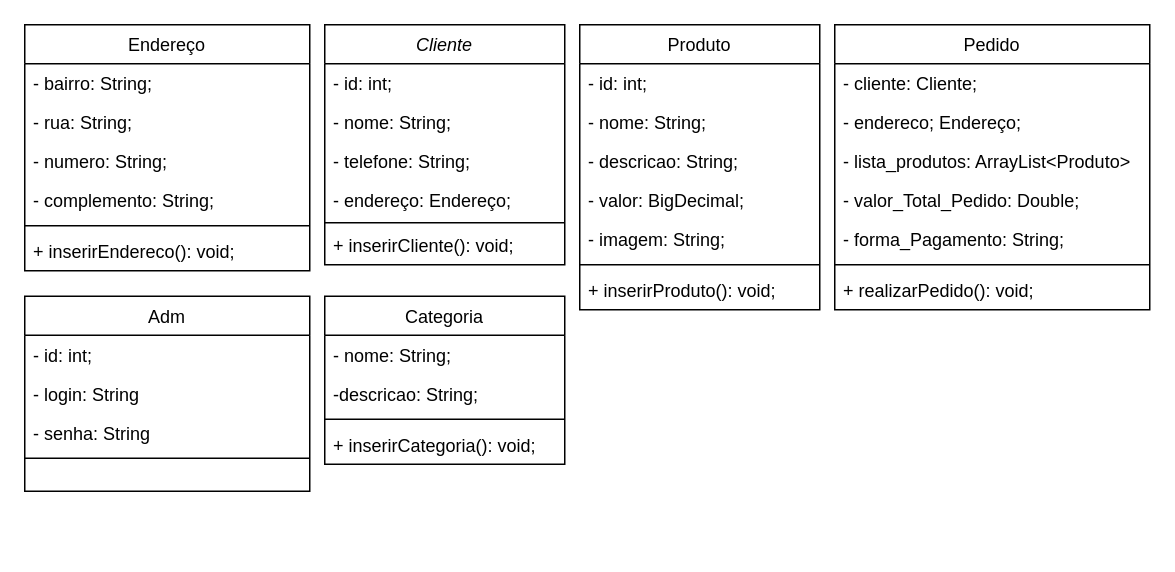
The draw.io diagram Documents/Diagrama UML- Projeto Parcial 1.drawio in Joao-Antonio-Reis/Projeto-Delivery, before the edit. Source tidied: cells renumbered, new cells numbered last; positions are measured from the earlier drawing's top-left corner, leaving out a move shared by most shapes. Both pictures are drawn from the tidied source at 150%, with x=0, y=0 at pixel (24, 24).
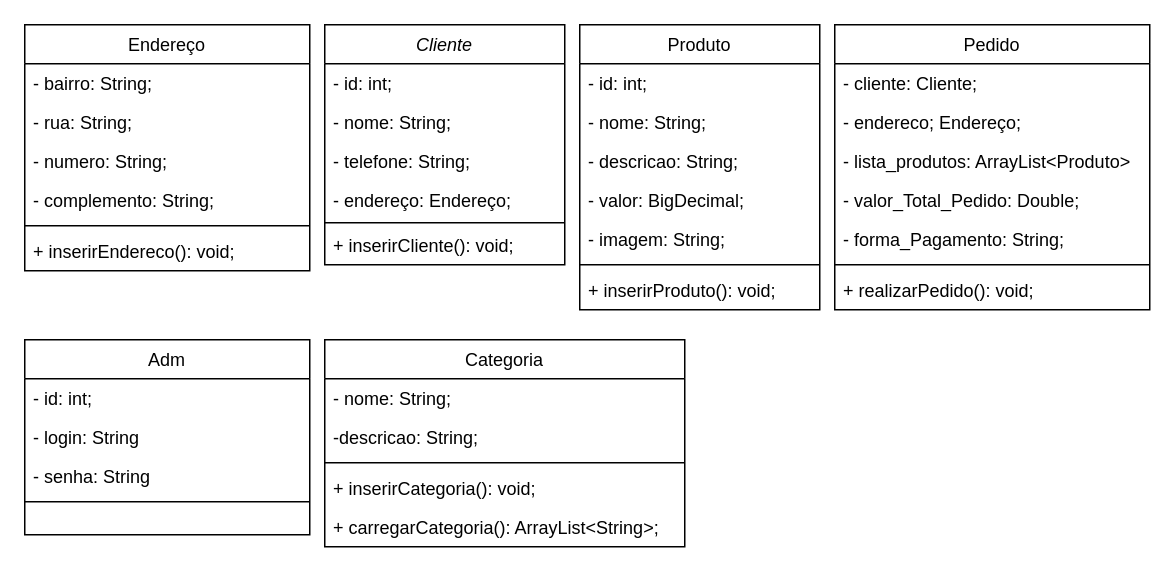
Above is the later version.

Change to the diagram source:
```diff
@@
     <mxCell id="32" value="Adm&#10;" style="swimlane;fontStyle=0;align=center;verticalAlign=top;horizontal=1;startSize=26;rounded=0;shadow=0;strokeWidth=1;" parent="1" vertex="1">
-      <mxGeometry y="181" width="190" height="130" as="geometry" />
+      <mxGeometry y="210" width="190" height="130" as="geometry" />
     </mxCell>
@@
     <mxCell id="37" value="Categoria" style="swimlane;fontStyle=0;align=center;verticalAlign=top;horizontal=1;startSize=26;rounded=0;shadow=0;strokeWidth=1;" parent="1" vertex="1">
-      <mxGeometry x="200" y="181" width="160" height="112" as="geometry" />
+      <mxGeometry x="200" y="210" width="240" height="138" as="geometry" />
     </mxCell>
     <mxCell id="38" value="- nome: String;" style="text;align=left;verticalAlign=top;spacingLeft=4;spacingRight=4;overflow=hidden;" parent="37" vertex="1">
-      <mxGeometry y="26" width="160" height="26" as="geometry" />
+      <mxGeometry y="26" width="240" height="26" as="geometry" />
     </mxCell>
     <mxCell id="39" value="-descricao: String;" style="text;align=left;verticalAlign=top;spacingLeft=4;spacingRight=4;overflow=hidden;rounded=0;shadow=0;html=0;" parent="37" vertex="1">
-      <mxGeometry y="52" width="160" height="26" as="geometry" />
+      <mxGeometry y="52" width="240" height="26" as="geometry" />
     </mxCell>
     <mxCell id="40" style="line;html=1;strokeWidth=1;align=left;verticalAlign=middle;spacingTop=-1;spacingLeft=3;spacingRight=3;labelPosition=right;" parent="37" vertex="1">
-      <mxGeometry y="78" width="160" height="8" as="geometry" />
+      <mxGeometry y="78" width="240" height="8" as="geometry" />
     </mxCell>
     <mxCell id="41" value="+ inserirCategoria(): void;" style="text;align=left;verticalAlign=top;spacingLeft=4;spacingRight=4;overflow=hidden;" parent="37" vertex="1">
-      <mxGeometry y="86" width="160" height="26" as="geometry" />
+      <mxGeometry y="86" width="240" height="26" as="geometry" />
     </mxCell>
+    <mxCell id="42" value="+ carregarCategoria(): ArrayList&lt;String&gt;;" style="text;align=left;verticalAlign=top;spacingLeft=4;spacingRight=4;overflow=hidden;" parent="37" vertex="1">
+      <mxGeometry y="112" width="240" height="26" as="geometry" />
+    </mxCell>
```
